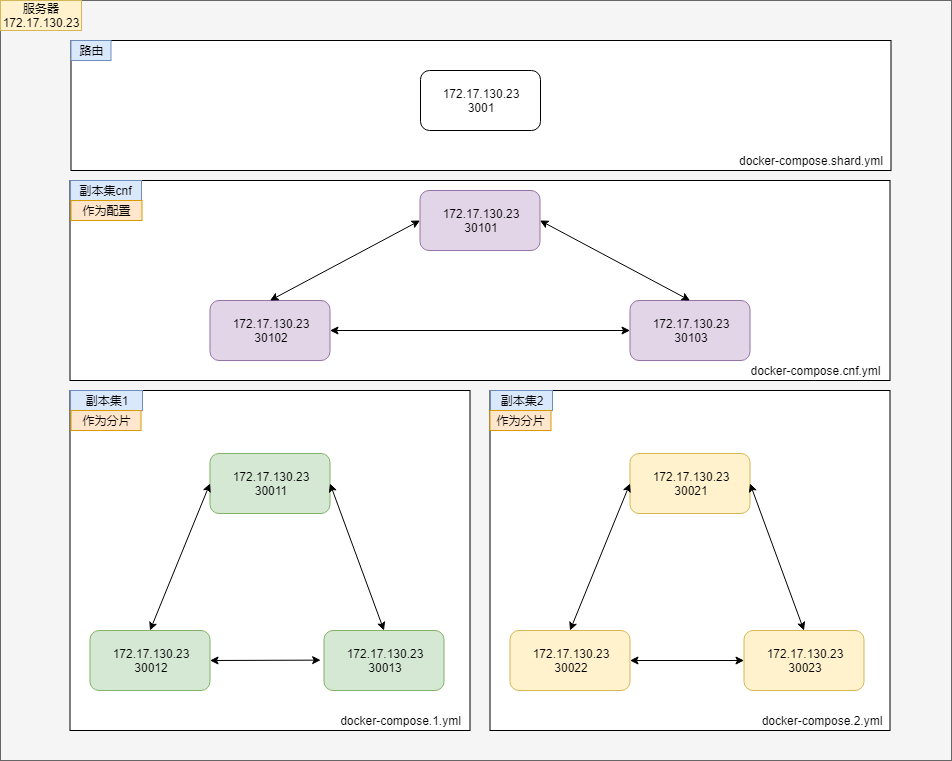
ChenWes/mongo-cluster-docker keeps this draw.io diagram as MongoDB.png. Above is the earlier version. Source tidied: cells renumbered, new cells last; positions are measured from the earlier drawing's top-left corner, leaving out a move shared by most shapes. Its diagram source:
```xml
<mxGraphModel>
  <root>
    <mxCell id="0" />
    <mxCell id="1" parent="0" />
    <mxCell id="2" style="rounded=0;whiteSpace=wrap;html=1;fillColor=#f5f5f5;strokeColor=#666666;fontColor=#333333;" parent="1" vertex="1">
      <mxGeometry width="951" height="760" as="geometry" />
    </mxCell>
    <mxCell id="3" style="rounded=0;whiteSpace=wrap;html=1;" parent="1" vertex="1">
      <mxGeometry x="489.5" y="390" width="400" height="340" as="geometry" />
    </mxCell>
    <mxCell id="4" style="rounded=0;whiteSpace=wrap;html=1;" parent="1" vertex="1">
      <mxGeometry x="69.5" y="390" width="400" height="340" as="geometry" />
    </mxCell>
    <mxCell id="5" value="172.17.130.23&lt;br&gt;30011" style="rounded=1;whiteSpace=wrap;html=1;fillColor=#d5e8d4;strokeColor=#82b366;" parent="1" vertex="1">
      <mxGeometry x="209.5" y="453" width="120" height="60" as="geometry" />
    </mxCell>
    <mxCell id="6" value="&lt;span style=&quot;white-space: normal&quot;&gt;172.17.130.23&lt;br&gt;30013&lt;br&gt;&lt;/span&gt;" style="rounded=1;whiteSpace=wrap;html=1;fillColor=#d5e8d4;strokeColor=#82b366;" parent="1" vertex="1">
      <mxGeometry x="323.5" y="630" width="120" height="60" as="geometry" />
    </mxCell>
    <mxCell id="7" value="&lt;span style=&quot;white-space: normal&quot;&gt;172.17.130.23&lt;br&gt;30012&lt;br&gt;&lt;/span&gt;" style="rounded=1;whiteSpace=wrap;html=1;fillColor=#d5e8d4;strokeColor=#82b366;" parent="1" vertex="1">
      <mxGeometry x="89.5" y="630" width="120" height="60" as="geometry" />
    </mxCell>
    <mxCell id="8" value="172.17.130.23&lt;br&gt;30021" style="rounded=1;whiteSpace=wrap;html=1;fillColor=#fff2cc;strokeColor=#d6b656;" parent="1" vertex="1">
      <mxGeometry x="629.5" y="453" width="120" height="60" as="geometry" />
    </mxCell>
    <mxCell id="9" value="&lt;span style=&quot;white-space: normal&quot;&gt;172.17.130.23&lt;br&gt;30023&lt;br&gt;&lt;/span&gt;" style="rounded=1;whiteSpace=wrap;html=1;fillColor=#fff2cc;strokeColor=#d6b656;" parent="1" vertex="1">
      <mxGeometry x="743.5" y="630" width="120" height="60" as="geometry" />
    </mxCell>
    <mxCell id="10" value="&lt;span style=&quot;white-space: normal&quot;&gt;172.17.130.23&lt;br&gt;30022&lt;br&gt;&lt;/span&gt;" style="rounded=1;whiteSpace=wrap;html=1;fillColor=#fff2cc;strokeColor=#d6b656;" parent="1" vertex="1">
      <mxGeometry x="509.5" y="630" width="120" height="60" as="geometry" />
    </mxCell>
    <mxCell id="11" value="副本集1" style="text;html=1;strokeColor=#6c8ebf;fillColor=#dae8fc;align=center;verticalAlign=middle;whiteSpace=wrap;rounded=0;" parent="1" vertex="1">
      <mxGeometry x="70" y="390" width="72" height="20" as="geometry" />
    </mxCell>
    <mxCell id="12" value="副本集2" style="text;html=1;strokeColor=#6c8ebf;fillColor=#dae8fc;align=center;verticalAlign=middle;whiteSpace=wrap;rounded=0;" parent="1" vertex="1">
      <mxGeometry x="490" y="390" width="62" height="20" as="geometry" />
    </mxCell>
    <mxCell id="13" style="rounded=0;whiteSpace=wrap;html=1;" parent="1" vertex="1">
      <mxGeometry x="69.5" y="180" width="820" height="200" as="geometry" />
    </mxCell>
    <mxCell id="14" style="rounded=0;whiteSpace=wrap;html=1;" parent="1" vertex="1">
      <mxGeometry x="70.5" y="40" width="820" height="130" as="geometry" />
    </mxCell>
    <mxCell id="15" value="172.17.130.23&lt;br&gt;30101" style="rounded=1;whiteSpace=wrap;html=1;fillColor=#e1d5e7;strokeColor=#9673a6;" parent="1" vertex="1">
      <mxGeometry x="419.5" y="190" width="120" height="60" as="geometry" />
    </mxCell>
    <mxCell id="16" value="&lt;span style=&quot;white-space: normal&quot;&gt;172.17.130.23&lt;/span&gt;&lt;br style=&quot;white-space: normal&quot;&gt;&lt;span style=&quot;white-space: normal&quot;&gt;30102&lt;/span&gt;" style="rounded=1;whiteSpace=wrap;html=1;fillColor=#e1d5e7;strokeColor=#9673a6;" parent="1" vertex="1">
      <mxGeometry x="209.5" y="300" width="120" height="60" as="geometry" />
    </mxCell>
    <mxCell id="17" value="&lt;span style=&quot;white-space: normal&quot;&gt;172.17.130.23&lt;/span&gt;&lt;br style=&quot;white-space: normal&quot;&gt;&lt;span style=&quot;white-space: normal&quot;&gt;30103&lt;/span&gt;" style="rounded=1;whiteSpace=wrap;html=1;fillColor=#e1d5e7;strokeColor=#9673a6;" parent="1" vertex="1">
      <mxGeometry x="629.5" y="300" width="120" height="60" as="geometry" />
    </mxCell>
    <mxCell id="18" value="服务器172.17.130.23" style="text;html=1;strokeColor=#d6b656;fillColor=#fff2cc;align=center;verticalAlign=middle;whiteSpace=wrap;rounded=0;" parent="1" vertex="1">
      <mxGeometry width="81" height="30" as="geometry" />
    </mxCell>
    <mxCell id="19" value="&lt;span style=&quot;white-space: normal&quot;&gt;172.17.130.23&lt;/span&gt;&lt;br style=&quot;white-space: normal&quot;&gt;&lt;span style=&quot;white-space: normal&quot;&gt;3001&lt;/span&gt;" style="rounded=1;whiteSpace=wrap;html=1;" parent="1" vertex="1">
      <mxGeometry x="420" y="70" width="120" height="60" as="geometry" />
    </mxCell>
    <mxCell id="20" style="endArrow=classic;startArrow=classic;html=1;exitX=1;exitY=0.5;exitDx=0;exitDy=0;entryX=-0.028;entryY=0.494;entryDx=0;entryDy=0;entryPerimeter=0;" parent="1" edge="1" source="7" target="6">
      <mxGeometry relative="1" as="geometry" />
    </mxCell>
    <mxCell id="21" style="endArrow=classic;startArrow=classic;html=1;entryX=0;entryY=0.5;entryDx=0;entryDy=0;exitX=1;exitY=0.5;exitDx=0;exitDy=0;" parent="1" edge="1" source="10" target="9">
      <mxGeometry relative="1" as="geometry" />
    </mxCell>
    <mxCell id="22" style="endArrow=classic;startArrow=classic;html=1;entryX=0;entryY=0.5;entryDx=0;entryDy=0;exitX=0.5;exitY=0;exitDx=0;exitDy=0;" parent="1" edge="1" source="10" target="8">
      <mxGeometry relative="1" as="geometry" />
    </mxCell>
    <mxCell id="23" style="endArrow=classic;startArrow=classic;html=1;entryX=1;entryY=0.5;entryDx=0;entryDy=0;exitX=0.5;exitY=0;exitDx=0;exitDy=0;" parent="1" edge="1" source="9" target="8">
      <mxGeometry relative="1" as="geometry" />
    </mxCell>
    <mxCell id="24" style="endArrow=classic;startArrow=classic;html=1;entryX=0;entryY=0.5;entryDx=0;entryDy=0;exitX=0.5;exitY=0;exitDx=0;exitDy=0;" parent="1" edge="1" source="7" target="5">
      <mxGeometry relative="1" as="geometry" />
    </mxCell>
    <mxCell id="25" style="endArrow=classic;startArrow=classic;html=1;entryX=1;entryY=0.5;entryDx=0;entryDy=0;exitX=0.5;exitY=0;exitDx=0;exitDy=0;" parent="1" edge="1" source="6" target="5">
      <mxGeometry relative="1" as="geometry" />
    </mxCell>
    <mxCell id="26" value="副本集cnf" style="text;html=1;strokeColor=#6c8ebf;fillColor=#dae8fc;align=center;verticalAlign=middle;whiteSpace=wrap;rounded=0;" parent="1" vertex="1">
      <mxGeometry x="70" y="180" width="71" height="20" as="geometry" />
    </mxCell>
    <mxCell id="27" value="路由" style="text;html=1;strokeColor=#6c8ebf;fillColor=#dae8fc;align=center;verticalAlign=middle;whiteSpace=wrap;rounded=0;" parent="1" vertex="1">
      <mxGeometry x="70.5" y="40" width="40" height="20" as="geometry" />
    </mxCell>
    <mxCell id="28" value="作为配置" style="text;html=1;strokeColor=#d79b00;fillColor=#ffe6cc;align=center;verticalAlign=middle;whiteSpace=wrap;rounded=0;" parent="1" vertex="1">
      <mxGeometry x="70.5" y="200" width="71" height="20" as="geometry" />
    </mxCell>
    <mxCell id="29" value="作为分片" style="text;html=1;strokeColor=#d79b00;fillColor=#ffe6cc;align=center;verticalAlign=middle;whiteSpace=wrap;rounded=0;" parent="1" vertex="1">
      <mxGeometry x="70.5" y="410" width="70" height="20" as="geometry" />
    </mxCell>
    <mxCell id="30" value="作为分片" style="text;html=1;strokeColor=#d79b00;fillColor=#ffe6cc;align=center;verticalAlign=middle;whiteSpace=wrap;rounded=0;" parent="1" vertex="1">
      <mxGeometry x="489.5" y="410" width="61" height="20" as="geometry" />
    </mxCell>
    <mxCell id="31" style="endArrow=classic;startArrow=classic;html=1;entryX=0;entryY=0.5;entryDx=0;entryDy=0;exitX=0.5;exitY=0;exitDx=0;exitDy=0;" parent="1" edge="1" source="16" target="15">
      <mxGeometry relative="1" as="geometry" />
    </mxCell>
    <mxCell id="32" style="endArrow=classic;startArrow=classic;html=1;entryX=1;entryY=0.5;entryDx=0;entryDy=0;exitX=0.5;exitY=0;exitDx=0;exitDy=0;" parent="1" edge="1" source="17" target="15">
      <mxGeometry relative="1" as="geometry" />
    </mxCell>
    <mxCell id="33" style="endArrow=classic;startArrow=classic;html=1;entryX=0;entryY=0.5;entryDx=0;entryDy=0;exitX=1;exitY=0.5;exitDx=0;exitDy=0;" parent="1" edge="1" source="16" target="17">
      <mxGeometry relative="1" as="geometry" />
    </mxCell>
    <mxCell id="34" value="docker-compose.shard.yml" style="text;html=1;strokeColor=none;fillColor=none;align=center;verticalAlign=middle;whiteSpace=wrap;rounded=0;" parent="1" vertex="1">
      <mxGeometry x="729.5" y="150" width="160" height="20" as="geometry" />
    </mxCell>
    <mxCell id="35" value="docker-compose.cnf.yml" style="text;html=1;strokeColor=none;fillColor=none;align=center;verticalAlign=middle;whiteSpace=wrap;rounded=0;" parent="1" vertex="1">
      <mxGeometry x="741" y="360" width="149" height="20" as="geometry" />
    </mxCell>
    <mxCell id="36" value="docker-compose.1.yml" style="text;html=1;strokeColor=none;fillColor=none;align=center;verticalAlign=middle;whiteSpace=wrap;rounded=0;" parent="1" vertex="1">
      <mxGeometry x="330.5" y="710" width="139" height="20" as="geometry" />
    </mxCell>
    <mxCell id="37" value="docker-compose.2.yml" style="text;html=1;strokeColor=none;fillColor=none;align=center;verticalAlign=middle;whiteSpace=wrap;rounded=0;" parent="1" vertex="1">
      <mxGeometry x="751" y="710" width="140" height="20" as="geometry" />
    </mxCell>
  </root>
</mxGraphModel>
```
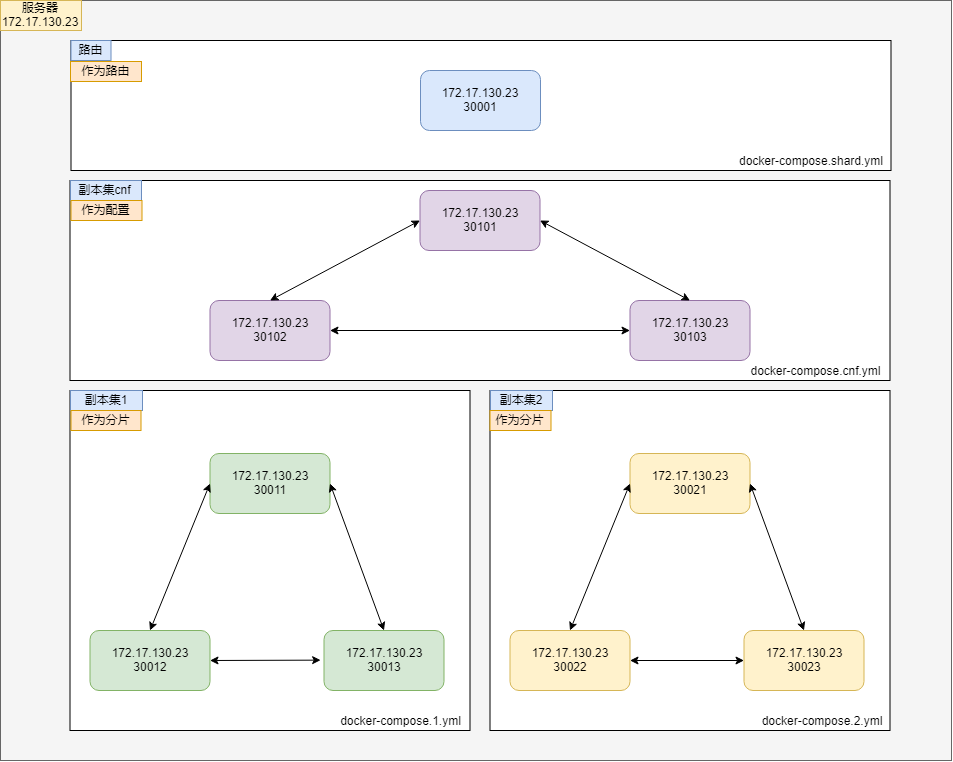
Later version of the same file.

Change to the diagram source:
```diff
@@ -53,7 +53,7 @@
     <mxCell id="18" value="服务器172.17.130.23" style="text;html=1;strokeColor=#d6b656;fillColor=#fff2cc;align=center;verticalAlign=middle;whiteSpace=wrap;rounded=0;" parent="1" vertex="1">
       <mxGeometry width="81" height="30" as="geometry" />
     </mxCell>
-    <mxCell id="19" value="&lt;span style=&quot;white-space: normal&quot;&gt;172.17.130.23&lt;/span&gt;&lt;br style=&quot;white-space: normal&quot;&gt;&lt;span style=&quot;white-space: normal&quot;&gt;3001&lt;/span&gt;" style="rounded=1;whiteSpace=wrap;html=1;" parent="1" vertex="1">
+    <mxCell id="19" value="&lt;span style=&quot;white-space: normal&quot;&gt;172.17.130.23&lt;/span&gt;&lt;br style=&quot;white-space: normal&quot;&gt;&lt;span style=&quot;white-space: normal&quot;&gt;30001&lt;/span&gt;" style="rounded=1;whiteSpace=wrap;html=1;fillColor=#dae8fc;strokeColor=#6c8ebf;" parent="1" vertex="1">
       <mxGeometry x="420" y="70" width="120" height="60" as="geometry" />
     </mxCell>
     <mxCell id="20" style="endArrow=classic;startArrow=classic;html=1;exitX=1;exitY=0.5;exitDx=0;exitDy=0;entryX=-0.028;entryY=0.494;entryDx=0;entryDy=0;entryPerimeter=0;" parent="1" edge="1" source="7" target="6">
@@ -110,5 +110,8 @@
     <mxCell id="37" value="docker-compose.2.yml" style="text;html=1;strokeColor=none;fillColor=none;align=center;verticalAlign=middle;whiteSpace=wrap;rounded=0;" parent="1" vertex="1">
       <mxGeometry x="751" y="710" width="140" height="20" as="geometry" />
     </mxCell>
+    <mxCell id="38" value="作为路由" style="text;html=1;strokeColor=#d79b00;fillColor=#ffe6cc;align=center;verticalAlign=middle;whiteSpace=wrap;rounded=0;" parent="1" vertex="1">
+      <mxGeometry x="70" y="61" width="71" height="20" as="geometry" />
+    </mxCell>
   </root>
 </mxGraphModel>
```
